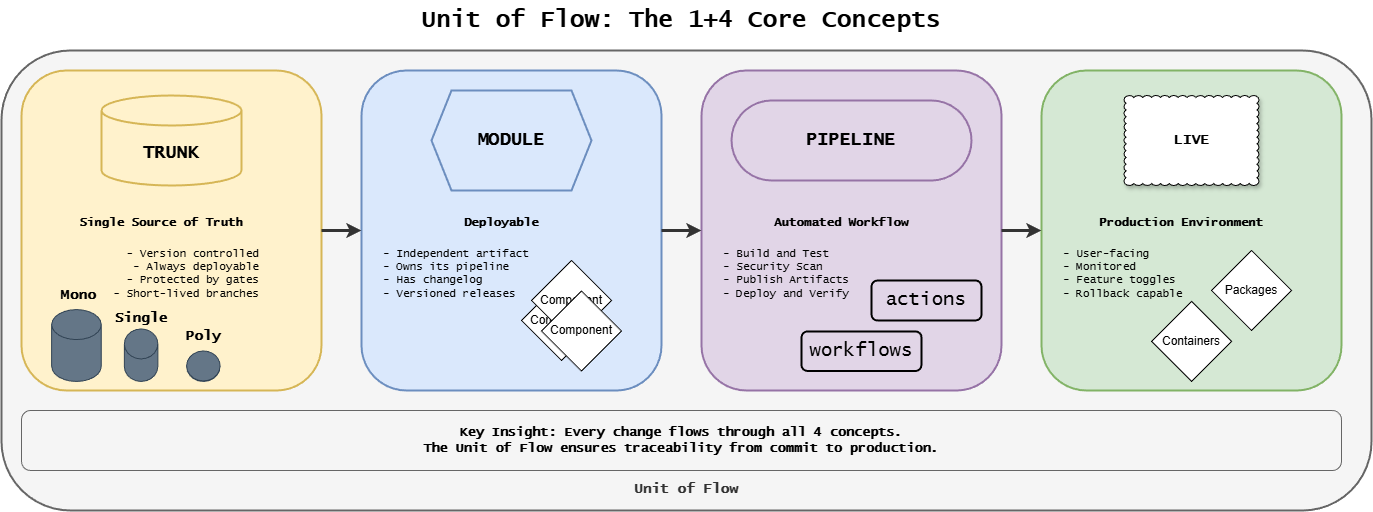
Above: docs/assets/assisted/02-unit-of-flow.drawio.png in ready-to-release/eac (draw.io), before the change. Source tidied: cells renumbered, new cells last; positions are measured from the earlier drawing's top-left corner, leaving out a move shared by most shapes.
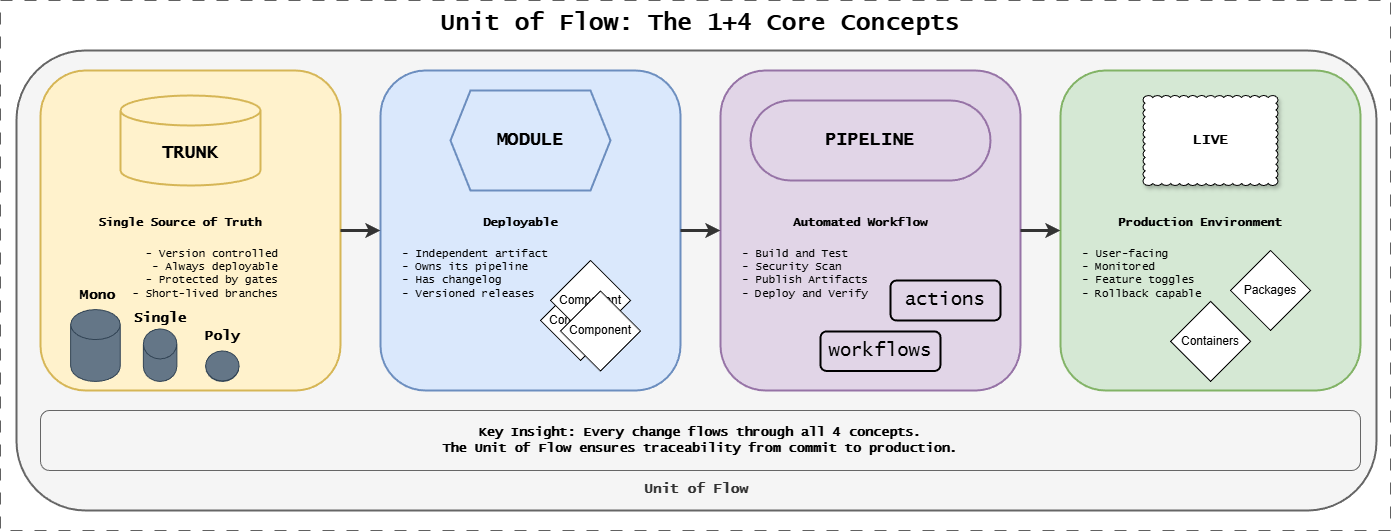
The same diagram one commit later.

What changed in the source:
```diff
@@ -3,10 +3,10 @@
     <mxCell id="0" />
     <mxCell id="1" parent="0" />
     <mxCell id="2" value="&lt;div&gt;&lt;br&gt;&lt;/div&gt;&lt;div&gt;&lt;br&gt;&lt;/div&gt;&lt;div&gt;&lt;br&gt;&lt;/div&gt;&lt;div&gt;&lt;br&gt;&lt;/div&gt;&lt;div&gt;&lt;br&gt;&lt;/div&gt;&lt;div&gt;&lt;br&gt;&lt;/div&gt;&lt;div&gt;&lt;br&gt;&lt;/div&gt;&lt;div&gt;&lt;br&gt;&lt;/div&gt;&lt;div&gt;&lt;br&gt;&lt;/div&gt;&lt;div&gt;&lt;br&gt;&lt;/div&gt;&lt;div&gt;&lt;br&gt;&lt;/div&gt;&lt;div&gt;&lt;br&gt;&lt;/div&gt;&lt;div&gt;&lt;br&gt;&lt;/div&gt;&lt;div&gt;&lt;br&gt;&lt;/div&gt;&lt;div&gt;&lt;br&gt;&lt;/div&gt;&lt;div&gt;&lt;br&gt;&lt;/div&gt;&lt;div&gt;&lt;br&gt;&lt;/div&gt;&lt;div&gt;&lt;br&gt;&lt;/div&gt;&lt;div&gt;&lt;br&gt;&lt;/div&gt;&lt;div&gt;&lt;br&gt;&lt;/div&gt;&lt;div&gt;&lt;br&gt;&lt;/div&gt;&lt;div&gt;&lt;br&gt;&lt;/div&gt;&lt;div&gt;&lt;br&gt;&lt;/div&gt;&lt;div&gt;&lt;br&gt;&lt;/div&gt;&lt;div&gt;&lt;br&gt;&lt;/div&gt;&lt;div&gt;&lt;br&gt;&lt;/div&gt;&lt;div&gt;&lt;br&gt;&lt;/div&gt;&lt;div&gt;&lt;br&gt;&lt;/div&gt;&lt;div&gt;&lt;br&gt;&lt;/div&gt;&lt;b&gt;&lt;font style=&quot;font-size: 14px;&quot; face=&quot;Lucida Console&quot;&gt;Unit of Flow&lt;/font&gt;&lt;/b&gt;" style="rounded=1;whiteSpace=wrap;html=1;fillColor=#f5f5f5;strokeColor=#666666;strokeWidth=2;fontColor=#333333;" parent="1" vertex="1">
-      <mxGeometry y="50" width="1370" height="460" as="geometry" />
+      <mxGeometry x="-4" y="50" width="1360" height="460" as="geometry" />
     </mxCell>
     <mxCell id="3" value="Unit of Flow: The 1+4 Core Concepts" style="text;html=1;strokeColor=none;fillColor=none;align=center;verticalAlign=middle;whiteSpace=wrap;rounded=0;fontFamily=Lucida Console;fontStyle=1;fontSize=24;" parent="1" vertex="1">
-      <mxGeometry x="330" width="700" height="40" as="geometry" />
+      <mxGeometry x="330" y="3" width="700" height="40" as="geometry" />
     </mxCell>
     <mxCell id="4" style="rounded=1;whiteSpace=wrap;html=1;fillColor=#fff2cc;strokeColor=#d6b656;strokeWidth=2;" parent="1" vertex="1">
       <mxGeometry x="20" y="70" width="300" height="320" as="geometry" />
@@ -113,5 +113,8 @@
     <mxCell id="38" value="actions" style="group;strokeColor=default;fontFamily=Lucida Console;fontSize=19;fontStyle=0;rounded=1;strokeWidth=2;" parent="1" vertex="1">
       <mxGeometry x="870" y="280" width="110" height="40" as="geometry" />
     </mxCell>
+    <mxCell id="39" style="group;strokeColor=#616161;dashed=1;dashPattern=12 12;fontFamily=Lucida Console;fontSize=19;fontStyle=1;" parent="1" vertex="1">
+      <mxGeometry x="-20" width="1390" height="530" as="geometry" />
+    </mxCell>
   </root>
 </mxGraphModel>
```
